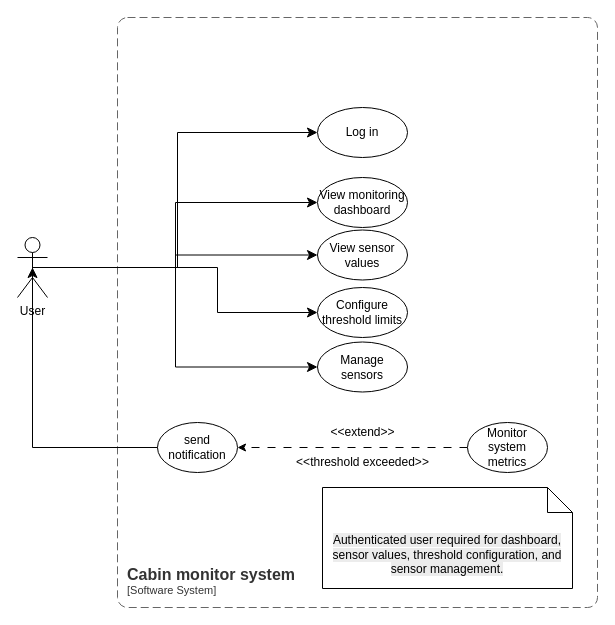
Before: project/diagrams/input/usecase.drawio in Sergiu-Sturza/Assignment-1-Model-first-AI-second, a draw.io diagram. Source tidied: cells renumbered, new cells numbered last; positions are measured from the earlier drawing's top-left corner, leaving out a move shared by most shapes. Both pictures are drawn from the tidied source at 100%, with x=0, y=0 at pixel (17, 17).
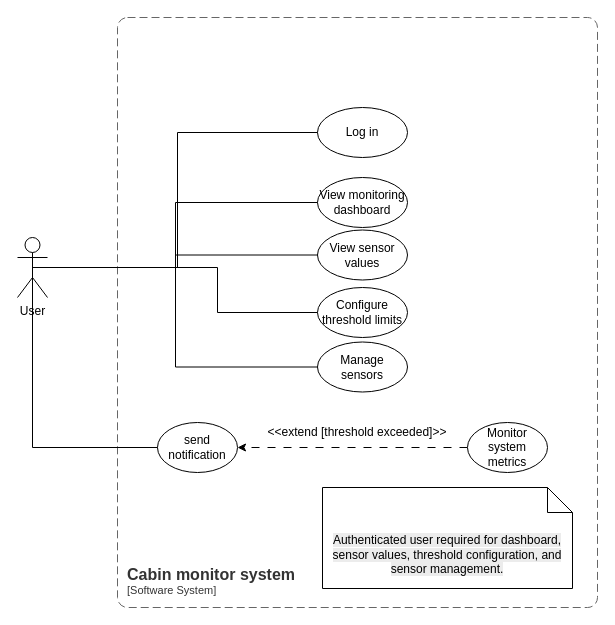
Above is the later version.

Commit message:
fix usecase diagram

Unchanged cells that the change refers to:
```xml
<mxCell id="2" value="User" style="shape=umlActor;verticalLabelPosition=bottom;verticalAlign=top;html=1;outlineConnect=0;" parent="1" vertex="1">
  <mxGeometry y="220" width="30" height="60" as="geometry" />
</mxCell>
<mxCell id="4" value="Log in" style="ellipse;whiteSpace=wrap;html=1;" parent="1" vertex="1">
  <mxGeometry x="300" y="90" width="90" height="50" as="geometry" />
</mxCell>
<mxCell id="5" value="Manage sensors" style="ellipse;whiteSpace=wrap;html=1;" parent="1" vertex="1">
  <mxGeometry x="300" y="324.5" width="90" height="50" as="geometry" />
</mxCell>
<mxCell id="6" value="View sensor values" style="ellipse;whiteSpace=wrap;html=1;" parent="1" vertex="1">
  <mxGeometry x="300" y="212.5" width="90" height="50" as="geometry" />
</mxCell>
<mxCell id="7" value="View monitoring dashboard" style="ellipse;whiteSpace=wrap;html=1;" parent="1" vertex="1">
  <mxGeometry x="300" y="160" width="90" height="50" as="geometry" />
</mxCell>
<mxCell id="8" value="Configure threshold limits" style="ellipse;whiteSpace=wrap;html=1;" parent="1" vertex="1">
  <mxGeometry x="300" y="270" width="90" height="50" as="geometry" />
</mxCell>
<mxCell id="11" value="send notification" style="ellipse;whiteSpace=wrap;html=1;" parent="1" vertex="1">
  <mxGeometry x="140" y="405" width="80" height="50" as="geometry" />
</mxCell>
```

Change to the diagram source:
```diff
@@
-    <mxCell id="12" value="&amp;lt;&amp;lt;threshold exceeded&amp;gt;&amp;gt;" style="text;html=1;whiteSpace=wrap;strokeColor=none;fillColor=none;align=center;verticalAlign=middle;rounded=0;" parent="1" vertex="1">
-      <mxGeometry x="255.5" y="430" width="179" height="30" as="geometry" />
-    </mxCell>
-    <mxCell id="13" style="edgeStyle=elbowEdgeStyle;elbow=horizontal;endArrow=classic;html=1;curved=0;rounded=0;endSize=8;startSize=8;entryX=0;entryY=0.5;entryDx=0;entryDy=0;exitX=0.5;exitY=0.5;exitDx=0;exitDy=0;exitPerimeter=0;" parent="1" edge="1" source="2" target="5">
+    <mxCell id="13" style="edgeStyle=elbowEdgeStyle;elbow=horizontal;endArrow=none;html=1;curved=0;rounded=0;endSize=8;startSize=8;entryX=0;entryY=0.5;entryDx=0;entryDy=0;exitX=0.5;exitY=0.5;exitDx=0;exitDy=0;exitPerimeter=0;endFill=0;" parent="1" edge="1" source="2" target="5">
       <mxGeometry relative="1" as="geometry" />
     </mxCell>
-    <mxCell id="14" style="edgeStyle=elbowEdgeStyle;elbow=horizontal;endArrow=classic;html=1;curved=0;rounded=0;endSize=8;startSize=8;exitX=0.5;exitY=0.5;exitDx=0;exitDy=0;exitPerimeter=0;entryX=0;entryY=0.5;entryDx=0;entryDy=0;" parent="1" edge="1" source="2" target="8">
+    <mxCell id="14" style="edgeStyle=elbowEdgeStyle;elbow=horizontal;endArrow=none;html=1;curved=0;rounded=0;endSize=8;startSize=8;exitX=0.5;exitY=0.5;exitDx=0;exitDy=0;exitPerimeter=0;entryX=0;entryY=0.5;entryDx=0;entryDy=0;endFill=0;" parent="1" edge="1" source="2" target="8">
       <mxGeometry relative="1" as="geometry">
         <Array as="points">
           <mxPoint x="200" y="314.5" />
         </Array>
       </mxGeometry>
     </mxCell>
-    <mxCell id="15" style="edgeStyle=elbowEdgeStyle;elbow=horizontal;endArrow=classic;html=1;curved=0;rounded=0;endSize=8;startSize=8;exitX=0.5;exitY=0.5;exitDx=0;exitDy=0;exitPerimeter=0;entryX=0;entryY=0.5;entryDx=0;entryDy=0;" parent="1" edge="1" source="2" target="7">
+    <mxCell id="15" style="edgeStyle=elbowEdgeStyle;elbow=horizontal;endArrow=none;html=1;curved=0;rounded=0;endSize=8;startSize=8;exitX=0.5;exitY=0.5;exitDx=0;exitDy=0;exitPerimeter=0;entryX=0;entryY=0.5;entryDx=0;entryDy=0;endFill=0;" parent="1" edge="1" source="2" target="7">
       <mxGeometry relative="1" as="geometry" />
     </mxCell>
-    <mxCell id="16" style="edgeStyle=elbowEdgeStyle;elbow=horizontal;endArrow=classic;html=1;curved=0;rounded=0;endSize=8;startSize=8;exitX=0.5;exitY=0.5;exitDx=0;exitDy=0;exitPerimeter=0;entryX=0;entryY=0.5;entryDx=0;entryDy=0;" parent="1" edge="1" source="2" target="6">
+    <mxCell id="16" style="edgeStyle=elbowEdgeStyle;elbow=horizontal;endArrow=none;html=1;curved=0;rounded=0;endSize=8;startSize=8;exitX=0.5;exitY=0.5;exitDx=0;exitDy=0;exitPerimeter=0;entryX=0;entryY=0.5;entryDx=0;entryDy=0;endFill=0;" parent="1" edge="1" source="2" target="6">
       <mxGeometry relative="1" as="geometry" />
     </mxCell>
-    <mxCell id="17" style="edgeStyle=segmentEdgeStyle;endArrow=classic;html=1;curved=0;rounded=0;endSize=8;startSize=8;exitX=0;exitY=0.5;exitDx=0;exitDy=0;entryX=0.5;entryY=0.5;entryDx=0;entryDy=0;entryPerimeter=0;" parent="1" edge="1" source="11" target="2">
+    <mxCell id="17" style="edgeStyle=segmentEdgeStyle;endArrow=none;html=1;curved=0;rounded=0;endSize=8;startSize=8;exitX=0;exitY=0.5;exitDx=0;exitDy=0;entryX=0.5;entryY=0.5;entryDx=0;entryDy=0;entryPerimeter=0;endFill=0;" parent="1" edge="1" source="11" target="2">
       <mxGeometry relative="1" as="geometry" />
     </mxCell>
-    <mxCell id="18" style="edgeStyle=elbowEdgeStyle;elbow=horizontal;endArrow=classic;html=1;curved=0;rounded=0;endSize=8;startSize=8;entryX=0;entryY=0.5;entryDx=0;entryDy=0;" parent="1" edge="1" source="2" target="4">
+    <mxCell id="18" style="edgeStyle=elbowEdgeStyle;elbow=horizontal;endArrow=none;html=1;curved=0;rounded=0;endSize=8;startSize=8;entryX=0;entryY=0.5;entryDx=0;entryDy=0;endFill=0;" parent="1" edge="1" source="2" target="4">
       <mxGeometry x="-0.01" relative="1" as="geometry">
         <Array as="points">
           <mxPoint x="160" y="194.5" />
         </Array>
       </mxGeometry>
     </mxCell>
@@
-    <mxCell id="20" value="&amp;lt;&amp;lt;extend&amp;gt;&amp;gt;" style="text;html=1;whiteSpace=wrap;strokeColor=none;fillColor=none;align=center;verticalAlign=middle;rounded=0;" parent="1" vertex="1">
-      <mxGeometry x="255.5" y="400" width="179" height="30" as="geometry" />
+    <mxCell id="20" value="&amp;lt;&amp;lt;extend [threshold exceeded]&amp;gt;&amp;gt;" style="text;html=1;whiteSpace=wrap;strokeColor=none;fillColor=none;align=center;verticalAlign=middle;rounded=0;" parent="1" vertex="1">
+      <mxGeometry x="240" y="400" width="200" height="30" as="geometry" />
     </mxCell>
```
